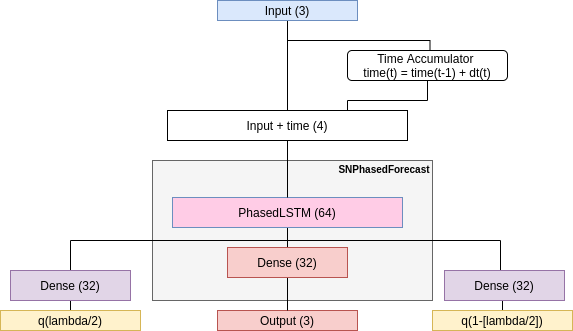
Above: notebooks/img/sn_rnn_model_pinball.png in cvalenzu/snforecast (draw.io), before the change. Source tidied: cells renumbered, new cells last; positions are measured from the earlier drawing's top-left corner, leaving out a move shared by most shapes. The source it was exported from:
```xml
<mxGraphModel>
  <root>
    <mxCell id="0" />
    <mxCell id="1" parent="0" />
    <mxCell id="2" style="rounded=0;whiteSpace=wrap;html=1;fillColor=#f5f5f5;strokeColor=#666666;fontColor=#333333;" parent="1" vertex="1">
      <mxGeometry x="152" y="160" width="280" height="140" as="geometry" />
    </mxCell>
    <mxCell id="3" style="edgeStyle=orthogonalEdgeStyle;rounded=0;jettySize=auto;html=1;exitX=0.5;exitY=1;exitDx=0;exitDy=0;entryX=0.5;entryY=0;entryDx=0;entryDy=0;endArrow=none;endFill=0;" parent="1" edge="1" source="6" target="13">
      <mxGeometry relative="1" as="geometry" />
    </mxCell>
    <mxCell id="4" style="edgeStyle=orthogonalEdgeStyle;rounded=0;jettySize=auto;html=1;exitX=0.5;exitY=1;exitDx=0;exitDy=0;endArrow=none;endFill=0;" parent="1" edge="1" source="6" target="20">
      <mxGeometry relative="1" as="geometry">
        <Array as="points">
          <mxPoint x="287" y="240" />
          <mxPoint x="500" y="240" />
        </Array>
      </mxGeometry>
    </mxCell>
    <mxCell id="5" style="edgeStyle=orthogonalEdgeStyle;rounded=0;jettySize=auto;html=1;exitX=0.5;exitY=1;exitDx=0;exitDy=0;entryX=0.5;entryY=0;entryDx=0;entryDy=0;endArrow=none;endFill=0;" parent="1" edge="1" source="6" target="22">
      <mxGeometry relative="1" as="geometry">
        <Array as="points">
          <mxPoint x="287" y="240" />
          <mxPoint x="70" y="240" />
        </Array>
      </mxGeometry>
    </mxCell>
    <mxCell id="6" value="PhasedLSTM (64)" style="rounded=0;whiteSpace=wrap;html=1;rotation=0;strokeColor=#6c8ebf;fillColor=#FFCCE6;" parent="1" vertex="1">
      <mxGeometry x="172" y="197" width="230" height="30" as="geometry" />
    </mxCell>
    <mxCell id="7" style="rounded=0;jettySize=auto;html=1;exitX=0.5;exitY=1;exitDx=0;exitDy=0;entryX=0.5;entryY=0;entryDx=0;entryDy=0;endArrow=none;endFill=0;" parent="1" edge="1" target="13">
      <mxGeometry relative="1" as="geometry">
        <mxPoint x="287" y="270" as="sourcePoint" />
      </mxGeometry>
    </mxCell>
    <mxCell id="8" value="Output (3)" style="rounded=0;whiteSpace=wrap;html=1;fillColor=#f8cecc;strokeColor=#b85450;" parent="1" vertex="1">
      <mxGeometry x="217" y="310" width="140" height="20" as="geometry" />
    </mxCell>
    <mxCell id="9" style="edgeStyle=orthogonalEdgeStyle;rounded=0;jettySize=auto;html=1;exitX=0.5;exitY=1;exitDx=0;exitDy=0;entryX=0.5;entryY=0;entryDx=0;entryDy=0;endArrow=none;endFill=0;" parent="1" edge="1" source="11">
      <mxGeometry relative="1" as="geometry">
        <mxPoint x="429.5" y="60" as="targetPoint" />
      </mxGeometry>
    </mxCell>
    <mxCell id="10" style="edgeStyle=orthogonalEdgeStyle;rounded=0;jettySize=auto;html=1;exitX=0.5;exitY=1;exitDx=0;exitDy=0;endArrow=none;endFill=0;" parent="1" edge="1" source="11" target="18">
      <mxGeometry relative="1" as="geometry" />
    </mxCell>
    <mxCell id="11" value="Input (3)" style="rounded=0;whiteSpace=wrap;html=1;fillColor=#dae8fc;strokeColor=#6c8ebf;" parent="1" vertex="1">
      <mxGeometry x="217" width="140" height="20" as="geometry" />
    </mxCell>
    <mxCell id="12" style="edgeStyle=orthogonalEdgeStyle;rounded=0;jettySize=auto;html=1;exitX=0.5;exitY=1;exitDx=0;exitDy=0;entryX=0.5;entryY=0;entryDx=0;entryDy=0;endArrow=none;endFill=0;" parent="1" edge="1" source="13" target="8">
      <mxGeometry relative="1" as="geometry" />
    </mxCell>
    <mxCell id="13" value="Dense (32)" style="rounded=0;whiteSpace=wrap;html=1;rotation=0;fillColor=#f8cecc;strokeColor=#b85450;" parent="1" vertex="1">
      <mxGeometry x="227" y="247" width="120" height="30" as="geometry" />
    </mxCell>
    <mxCell id="14" value="&lt;b&gt;&lt;font style=&quot;font-size: 10px&quot;&gt;SNPhasedForecast&lt;/font&gt;&lt;/b&gt;" style="text;html=1;strokeColor=none;fillColor=none;align=center;verticalAlign=middle;whiteSpace=wrap;rounded=0;" parent="1" vertex="1">
      <mxGeometry x="324" y="153" width="120" height="30" as="geometry" />
    </mxCell>
    <mxCell id="15" value="&lt;span&gt;Time Accumulator&amp;nbsp;&lt;/span&gt;&lt;br&gt;&lt;span&gt;time(t) = time(t-1) + dt(t)&lt;/span&gt;" style="rounded=1;whiteSpace=wrap;html=1;" parent="1" vertex="1">
      <mxGeometry x="347" y="50" width="160" height="30" as="geometry" />
    </mxCell>
    <mxCell id="16" style="edgeStyle=orthogonalEdgeStyle;rounded=0;jettySize=auto;html=1;exitX=0.5;exitY=1;exitDx=0;exitDy=0;entryX=0.5;entryY=0;entryDx=0;entryDy=0;endArrow=none;endFill=0;" parent="1" edge="1" source="18" target="6">
      <mxGeometry relative="1" as="geometry" />
    </mxCell>
    <mxCell id="17" style="edgeStyle=orthogonalEdgeStyle;rounded=0;jettySize=auto;html=1;exitX=0.75;exitY=0;exitDx=0;exitDy=0;entryX=0.5;entryY=1;entryDx=0;entryDy=0;endArrow=none;endFill=0;" parent="1" edge="1" source="18" target="15">
      <mxGeometry relative="1" as="geometry">
        <Array as="points">
          <mxPoint x="347" y="100" />
          <mxPoint x="427" y="100" />
        </Array>
      </mxGeometry>
    </mxCell>
    <mxCell id="18" value="Input + time (4)" style="rounded=0;whiteSpace=wrap;html=1;" parent="1" vertex="1">
      <mxGeometry x="167" y="110" width="240" height="30" as="geometry" />
    </mxCell>
    <mxCell id="19" style="edgeStyle=orthogonalEdgeStyle;rounded=0;jettySize=auto;html=1;exitX=0.5;exitY=1;exitDx=0;exitDy=0;entryX=0.5;entryY=0;entryDx=0;entryDy=0;endArrow=none;endFill=0;" parent="1" edge="1" source="20" target="24">
      <mxGeometry relative="1" as="geometry" />
    </mxCell>
    <mxCell id="20" value="Dense (32)" style="rounded=0;whiteSpace=wrap;html=1;rotation=0;fillColor=#e1d5e7;strokeColor=#9673a6;" parent="1" vertex="1">
      <mxGeometry x="444" y="270" width="120" height="30" as="geometry" />
    </mxCell>
    <mxCell id="21" style="edgeStyle=orthogonalEdgeStyle;rounded=0;jettySize=auto;html=1;exitX=0.5;exitY=1;exitDx=0;exitDy=0;entryX=0.5;entryY=0;entryDx=0;entryDy=0;endArrow=none;endFill=0;" parent="1" edge="1" source="22" target="23">
      <mxGeometry relative="1" as="geometry" />
    </mxCell>
    <mxCell id="22" value="Dense (32)" style="rounded=0;whiteSpace=wrap;html=1;rotation=0;fillColor=#e1d5e7;strokeColor=#9673a6;" parent="1" vertex="1">
      <mxGeometry x="10" y="270" width="120" height="30" as="geometry" />
    </mxCell>
    <mxCell id="23" value="q(lambda/2)" style="rounded=0;whiteSpace=wrap;html=1;fillColor=#fff2cc;strokeColor=#d6b656;" parent="1" vertex="1">
      <mxGeometry y="310" width="140" height="20" as="geometry" />
    </mxCell>
    <mxCell id="24" value="q(1-[lambda/2])" style="rounded=0;whiteSpace=wrap;html=1;fillColor=#fff2cc;strokeColor=#d6b656;" parent="1" vertex="1">
      <mxGeometry x="432" y="310" width="140" height="20" as="geometry" />
    </mxCell>
  </root>
</mxGraphModel>
```
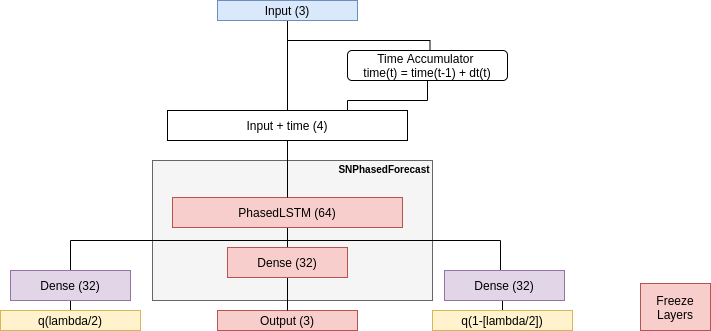
After the change.

The edit, as a diff of the source:
```diff
@@ -24,7 +24,7 @@
         </Array>
       </mxGeometry>
     </mxCell>
-    <mxCell id="6" value="PhasedLSTM (64)" style="rounded=0;whiteSpace=wrap;html=1;rotation=0;strokeColor=#6c8ebf;fillColor=#FFCCE6;" parent="1" vertex="1">
+    <mxCell id="6" value="PhasedLSTM (64)" style="rounded=0;whiteSpace=wrap;html=1;rotation=0;strokeColor=#b85450;fillColor=#f8cecc;" parent="1" vertex="1">
       <mxGeometry x="172" y="197" width="230" height="30" as="geometry" />
     </mxCell>
     <mxCell id="7" style="rounded=0;jettySize=auto;html=1;exitX=0.5;exitY=1;exitDx=0;exitDy=0;entryX=0.5;entryY=0;entryDx=0;entryDy=0;endArrow=none;endFill=0;" parent="1" edge="1" target="13">
@@ -90,5 +90,8 @@
     <mxCell id="24" value="q(1-[lambda/2])" style="rounded=0;whiteSpace=wrap;html=1;fillColor=#fff2cc;strokeColor=#d6b656;" parent="1" vertex="1">
       <mxGeometry x="432" y="310" width="140" height="20" as="geometry" />
     </mxCell>
+    <mxCell id="25" value="Freeze Layers" style="rounded=0;whiteSpace=wrap;html=1;rotation=0;strokeColor=#b85450;fillColor=#f8cecc;" parent="1" vertex="1">
+      <mxGeometry x="640" y="283" width="70" height="47" as="geometry" />
+    </mxCell>
   </root>
 </mxGraphModel>
```
